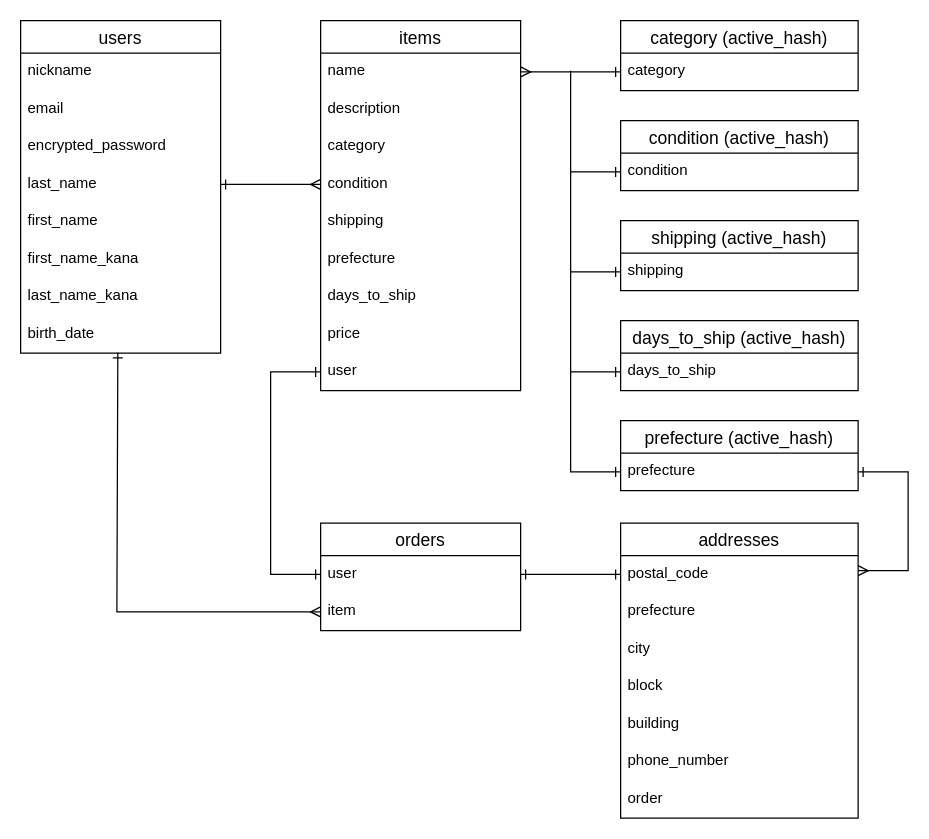
Before: erd.dio in TomFuyong/furima-38442, a draw.io diagram. Source tidied: cells renumbered, new cells numbered last; positions are measured from the earlier drawing's top-left corner, leaving out a move shared by most shapes. Both pictures are drawn from the tidied source at 125%, with x=0, y=0 at pixel (20, 20).
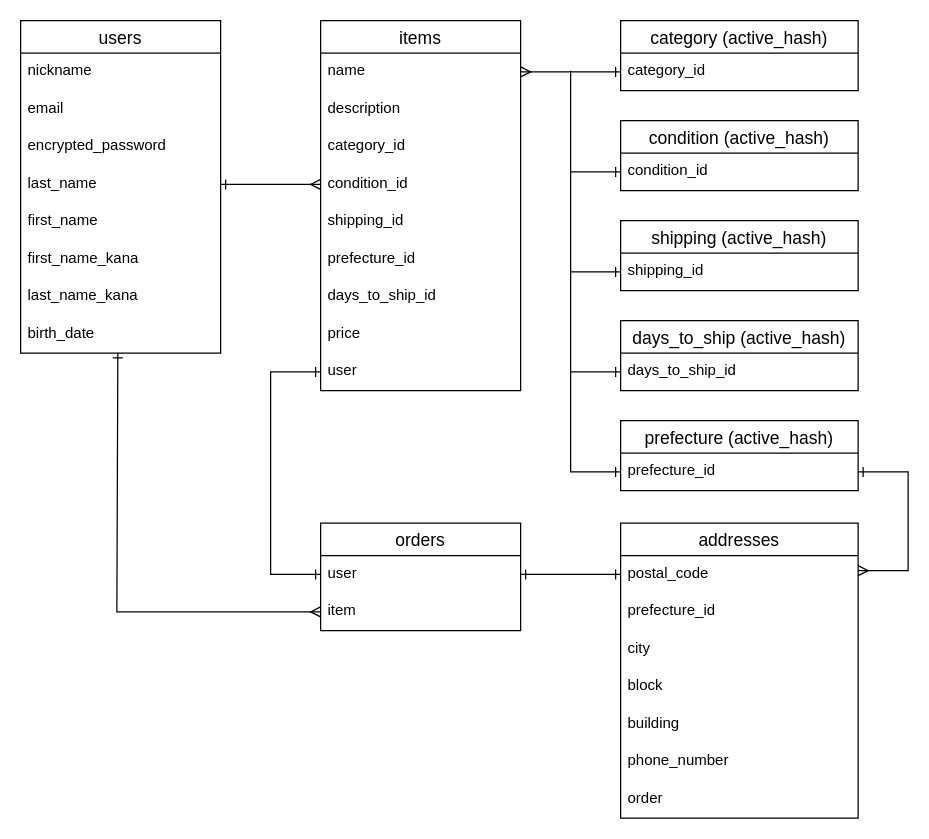
Above is the later version.

Commit message:
ER図の修正(_idの追記)

The change refers to these unchanged cells:
```xml
<mxCell id="11" value="items" style="swimlane;fontStyle=0;horizontal=1;startSize=26;align=center;fontSize=14;" parent="1" vertex="1">
  <mxGeometry x="240" width="160" height="296" as="geometry" />
</mxCell>
<mxCell id="24" value="addresses" style="swimlane;fontStyle=0;horizontal=1;startSize=26;align=center;fontSize=14;" parent="1" vertex="1">
  <mxGeometry x="480" y="402" width="190" height="236" as="geometry" />
</mxCell>
<mxCell id="32" value="category (active_hash)" style="swimlane;fontStyle=0;horizontal=1;startSize=26;align=center;fontSize=14;" parent="1" vertex="1">
  <mxGeometry x="480" width="190" height="56" as="geometry" />
</mxCell>
<mxCell id="34" value="condition (active_hash)" style="swimlane;fontStyle=0;horizontal=1;startSize=26;align=center;fontSize=14;" parent="1" vertex="1">
  <mxGeometry x="480" y="80" width="190" height="56" as="geometry" />
</mxCell>
<mxCell id="36" value="shipping (active_hash)" style="swimlane;fontStyle=0;horizontal=1;startSize=26;align=center;fontSize=14;" parent="1" vertex="1">
  <mxGeometry x="480" y="160" width="190" height="56" as="geometry" />
</mxCell>
<mxCell id="38" value="days_to_ship (active_hash)" style="swimlane;fontStyle=0;horizontal=1;startSize=26;align=center;fontSize=14;" parent="1" vertex="1">
  <mxGeometry x="480" y="240" width="190" height="56" as="geometry" />
</mxCell>
<mxCell id="40" value="prefecture (active_hash)" style="swimlane;fontStyle=0;horizontal=1;startSize=26;align=center;fontSize=14;" parent="1" vertex="1">
  <mxGeometry x="480" y="320" width="190" height="56" as="geometry" />
</mxCell>
```

What changed in the source:
```diff
@@
-    <mxCell id="14" value="category" style="text;strokeColor=none;fillColor=none;spacingLeft=4;spacingRight=4;overflow=hidden;fontSize=12;" parent="11" vertex="1">
+    <mxCell id="14" value="category_id" style="text;strokeColor=none;fillColor=none;spacingLeft=4;spacingRight=4;overflow=hidden;fontSize=12;" parent="11" vertex="1">
       <mxGeometry y="86" width="160" height="30" as="geometry" />
     </mxCell>
-    <mxCell id="15" value="condition" style="text;strokeColor=none;fillColor=none;spacingLeft=4;spacingRight=4;overflow=hidden;points=[[0,0.5],[1,0.5]];portConstraint=eastwest;fontSize=12;" parent="11" vertex="1">
+    <mxCell id="15" value="condition_id" style="text;strokeColor=none;fillColor=none;spacingLeft=4;spacingRight=4;overflow=hidden;points=[[0,0.5],[1,0.5]];portConstraint=eastwest;fontSize=12;" parent="11" vertex="1">
       <mxGeometry y="116" width="160" height="30" as="geometry" />
     </mxCell>
-    <mxCell id="16" value="shipping" style="text;strokeColor=none;fillColor=none;spacingLeft=4;spacingRight=4;overflow=hidden;fontSize=12;" parent="11" vertex="1">
+    <mxCell id="16" value="shipping_id" style="text;strokeColor=none;fillColor=none;spacingLeft=4;spacingRight=4;overflow=hidden;fontSize=12;" parent="11" vertex="1">
       <mxGeometry y="146" width="160" height="30" as="geometry" />
     </mxCell>
-    <mxCell id="17" value="prefecture" style="text;strokeColor=none;fillColor=none;spacingLeft=4;spacingRight=4;overflow=hidden;fontSize=12;" parent="11" vertex="1">
+    <mxCell id="17" value="prefecture_id" style="text;strokeColor=none;fillColor=none;spacingLeft=4;spacingRight=4;overflow=hidden;fontSize=12;" parent="11" vertex="1">
       <mxGeometry y="176" width="160" height="30" as="geometry" />
     </mxCell>
-    <mxCell id="18" value="days_to_ship" style="text;strokeColor=none;fillColor=none;spacingLeft=4;spacingRight=4;overflow=hidden;fontSize=12;" parent="11" vertex="1">
+    <mxCell id="18" value="days_to_ship_id" style="text;strokeColor=none;fillColor=none;spacingLeft=4;spacingRight=4;overflow=hidden;fontSize=12;" parent="11" vertex="1">
       <mxGeometry y="206" width="160" height="30" as="geometry" />
     </mxCell>
@@
-    <mxCell id="26" value="prefecture" style="text;strokeColor=none;fillColor=none;spacingLeft=4;spacingRight=4;overflow=hidden;fontSize=12;" parent="24" vertex="1">
+    <mxCell id="26" value="prefecture_id" style="text;strokeColor=none;fillColor=none;spacingLeft=4;spacingRight=4;overflow=hidden;fontSize=12;" parent="24" vertex="1">
       <mxGeometry y="56" width="190" height="30" as="geometry" />
     </mxCell>
@@
-    <mxCell id="33" value="category" style="text;strokeColor=none;fillColor=none;spacingLeft=4;spacingRight=4;overflow=hidden;points=[[0,0.5],[1,0.5]];portConstraint=eastwest;fontSize=12;" parent="32" vertex="1">
+    <mxCell id="33" value="category_id" style="text;strokeColor=none;fillColor=none;spacingLeft=4;spacingRight=4;overflow=hidden;points=[[0,0.5],[1,0.5]];portConstraint=eastwest;fontSize=12;" parent="32" vertex="1">
       <mxGeometry y="26" width="190" height="30" as="geometry" />
     </mxCell>
@@
-    <mxCell id="35" value="condition" style="text;strokeColor=none;fillColor=none;spacingLeft=4;spacingRight=4;overflow=hidden;points=[[0,0.5],[1,0.5]];portConstraint=eastwest;fontSize=12;" parent="34" vertex="1">
+    <mxCell id="35" value="condition_id" style="text;strokeColor=none;fillColor=none;spacingLeft=4;spacingRight=4;overflow=hidden;points=[[0,0.5],[1,0.5]];portConstraint=eastwest;fontSize=12;" parent="34" vertex="1">
       <mxGeometry y="26" width="190" height="30" as="geometry" />
     </mxCell>
@@
-    <mxCell id="37" value="shipping" style="text;strokeColor=none;fillColor=none;spacingLeft=4;spacingRight=4;overflow=hidden;points=[[0,0.5],[1,0.5]];portConstraint=eastwest;fontSize=12;" parent="36" vertex="1">
+    <mxCell id="37" value="shipping_id" style="text;strokeColor=none;fillColor=none;spacingLeft=4;spacingRight=4;overflow=hidden;points=[[0,0.5],[1,0.5]];portConstraint=eastwest;fontSize=12;" parent="36" vertex="1">
       <mxGeometry y="26" width="190" height="30" as="geometry" />
     </mxCell>
@@
-    <mxCell id="39" value="days_to_ship" style="text;strokeColor=none;fillColor=none;spacingLeft=4;spacingRight=4;overflow=hidden;points=[[0,0.5],[1,0.5]];portConstraint=eastwest;fontSize=12;" parent="38" vertex="1">
+    <mxCell id="39" value="days_to_ship_id" style="text;strokeColor=none;fillColor=none;spacingLeft=4;spacingRight=4;overflow=hidden;points=[[0,0.5],[1,0.5]];portConstraint=eastwest;fontSize=12;" parent="38" vertex="1">
       <mxGeometry y="26" width="190" height="30" as="geometry" />
     </mxCell>
@@
-    <mxCell id="41" value="prefecture" style="text;strokeColor=none;fillColor=none;spacingLeft=4;spacingRight=4;overflow=hidden;points=[[0,0.5],[1,0.5]];portConstraint=eastwest;fontSize=12;" parent="40" vertex="1">
+    <mxCell id="41" value="prefecture_id" style="text;strokeColor=none;fillColor=none;spacingLeft=4;spacingRight=4;overflow=hidden;points=[[0,0.5],[1,0.5]];portConstraint=eastwest;fontSize=12;" parent="40" vertex="1">
       <mxGeometry y="26" width="190" height="30" as="geometry" />
     </mxCell>
```
